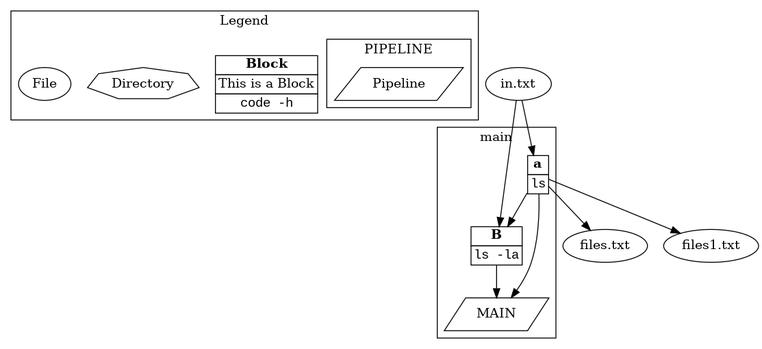
The Graphviz diagram examples/example/graph.png in tivvit/yap, before a commit. Its source is kept beside it as examples/example/graph.dot.
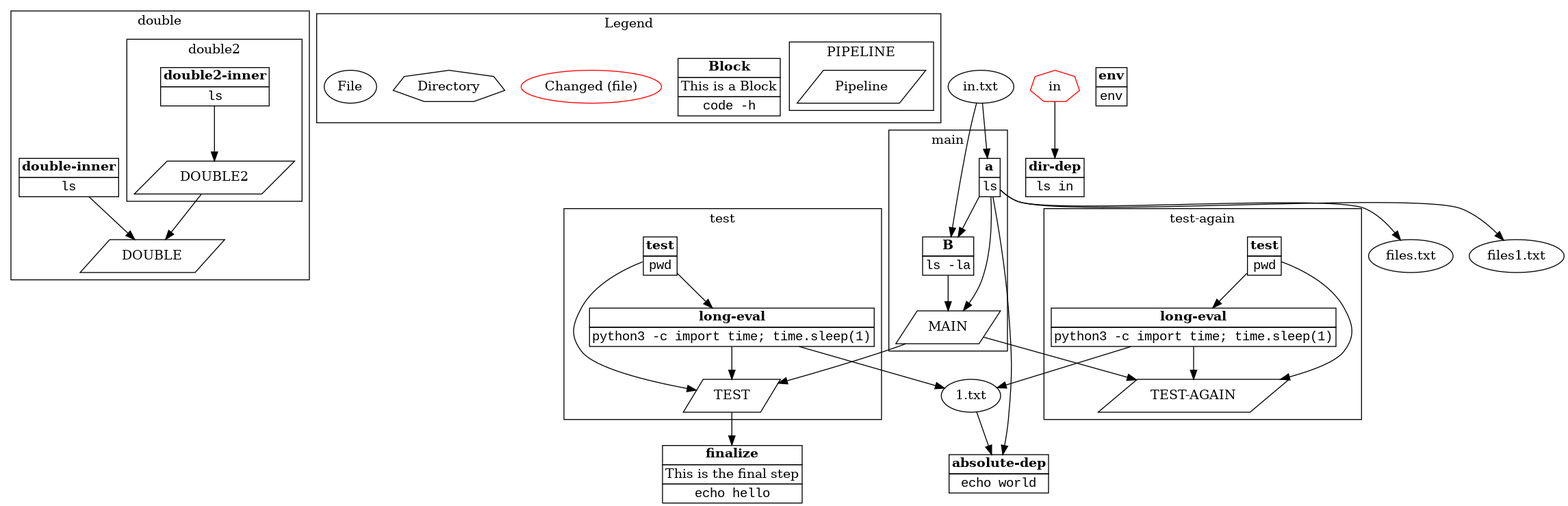
After the commit.

Change to the diagram source:
```diff
@@ -1,33 +1,83 @@
 digraph  {
-	subgraph cluster_s1 {
-		ID = "cluster_s1";
+	subgraph cluster_s2 {
+		ID = "cluster_s2";
+		subgraph cluster_s0 {
+			ID = "cluster_s0";
+			label="double2";
+			n13[label=<<table border="0" cellborder="1" cellspacing="0"><tr><td><b>double2-inner</b></td></tr><tr><td><font face="Courier New, Courier, monospace">ls</font></td></tr></table>>,shape="plain"];
+			n12[label="DOUBLE2",shape="parallelogram"];
+
+		}label="double";
+		n14[label=<<table border="0" cellborder="1" cellspacing="0"><tr><td><b>double-inner</b></td></tr><tr><td><font face="Courier New, Courier, monospace">ls</font></td></tr></table>>,shape="plain"];
+		n11[label="DOUBLE",shape="parallelogram"];
+
+	}subgraph cluster_s4 {
+		ID = "cluster_s4";
 		subgraph cluster_s0 {
 			ID = "cluster_s0";
 			label="PIPELINE";
-			n9[label="Pipeline",shape="parallelogram"];
+			n25[label="Pipeline",shape="parallelogram"];
 
 		}label="Legend";
-		n10[label=<<table border="0" cellborder="1" cellspacing="0"><tr><td><b>Block</b></td></tr><tr><td>This is a Block</td></tr><tr><td><font face="Courier New, Courier, monospace">code -h</font></td></tr></table>>,shape="plain"];
-		n8[label="Directory",shape="septagon"];
-		n7[label="File",shape="oval"];
+		n27[label=<<table border="0" cellborder="1" cellspacing="0"><tr><td><b>Block</b></td></tr><tr><td>This is a Block</td></tr><tr><td><font face="Courier New, Courier, monospace">code -h</font></td></tr></table>>,shape="plain"];
+		n26[color="red",label="Changed (file)",shape="oval"];
+		n24[label="Directory",shape="septagon"];
+		n23[label="File",shape="oval"];
+
+	}subgraph cluster_s3 {
+		ID = "cluster_s3";
+		label="main";
+		n17[label=<<table border="0" cellborder="1" cellspacing="0"><tr><td><b>B</b></td></tr><tr><td><font face="Courier New, Courier, monospace">ls -la</font></td></tr></table>>,shape="plain"];
+		n16[label=<<table border="0" cellborder="1" cellspacing="0"><tr><td><b>a</b></td></tr><tr><td><font face="Courier New, Courier, monospace">ls</font></td></tr></table>>,shape="plain"];
+		n15[label="MAIN",shape="parallelogram"];
+
+	}subgraph cluster_s1 {
+		ID = "cluster_s1";
+		label="test";
+		n10[label=<<table border="0" cellborder="1" cellspacing="0"><tr><td><b>long-eval</b></td></tr><tr><td><font face="Courier New, Courier, monospace">python3 -c import time; time.sleep(1)</font></td></tr></table>>,shape="plain"];
+		n9[label=<<table border="0" cellborder="1" cellspacing="0"><tr><td><b>test</b></td></tr><tr><td><font face="Courier New, Courier, monospace">pwd</font></td></tr></table>>,shape="plain"];
+		n8[label="TEST",shape="parallelogram"];
 
 	}subgraph cluster_s0 {
 		ID = "cluster_s0";
-		label="main";
-		n2[label=<<table border="0" cellborder="1" cellspacing="0"><tr><td><b>B</b></td></tr><tr><td><font face="Courier New, Courier, monospace">ls -la</font></td></tr></table>>,shape="plain"];
-		n3[label=<<table border="0" cellborder="1" cellspacing="0"><tr><td><b>a</b></td></tr><tr><td><font face="Courier New, Courier, monospace">ls</font></td></tr></table>>,shape="plain"];
-		n1[label="MAIN",shape="parallelogram"];
+		label="test-again";
+		n7[label=<<table border="0" cellborder="1" cellspacing="0"><tr><td><b>long-eval</b></td></tr><tr><td><font face="Courier New, Courier, monospace">python3 -c import time; time.sleep(1)</font></td></tr></table>>,shape="plain"];
+		n6[label=<<table border="0" cellborder="1" cellspacing="0"><tr><td><b>test</b></td></tr><tr><td><font face="Courier New, Courier, monospace">pwd</font></td></tr></table>>,shape="plain"];
+		n5[label="TEST-AGAIN",shape="parallelogram"];
 
 	}
-	n5[label="files.txt",shape="oval"];
-	n6[label="files1.txt",shape="oval"];
-	n4[label="in.txt",shape="oval"];
-	n2->n1;
-	n3->n2;
-	n3->n1;
-	n3->n5;
-	n3->n6;
-	n4->n2;
-	n4->n3;
+	n2[label=<<table border="0" cellborder="1" cellspacing="0"><tr><td><b>absolute-dep</b></td></tr><tr><td><font face="Courier New, Courier, monospace">echo world</font></td></tr></table>>,shape="plain"];
+	n1[label=<<table border="0" cellborder="1" cellspacing="0"><tr><td><b>dir-dep</b></td></tr><tr><td><font face="Courier New, Courier, monospace">ls in</font></td></tr></table>>,shape="plain"];
+	n4[label=<<table border="0" cellborder="1" cellspacing="0"><tr><td><b>env</b></td></tr><tr><td><font face="Courier New, Courier, monospace">env</font></td></tr></table>>,shape="plain"];
+	n3[label=<<table border="0" cellborder="1" cellspacing="0"><tr><td><b>finalize</b></td></tr><tr><td>This is the final step</td></tr><tr><td><font face="Courier New, Courier, monospace">echo hello</font></td></tr></table>>,shape="plain"];
+	n19[label="1.txt",shape="oval"];
+	n21[label="files.txt",shape="oval"];
+	n22[label="files1.txt",shape="oval"];
+	n18[color="red",label="in",shape="septagon"];
+	n20[label="in.txt",shape="oval"];
+	n14->n11;
+	n13->n12;
+	n17->n15;
+	n16->n21;
+	n16->n22;
+	n16->n17;
+	n16->n15;
+	n16->n2;
+	n7->n5;
+	n7->n19;
+	n6->n5;
+	n6->n7;
+	n10->n8;
+	n10->n19;
+	n9->n8;
+	n9->n10;
+	n19->n2;
+	n18->n1;
+	n20->n16;
+	n20->n17;
+	n12->n11;
+	n15->n5;
+	n15->n8;
+	n8->n3;
 
 }
```
